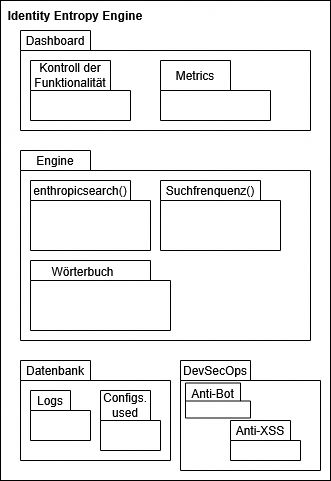
limemime/BHT_Softwaretechnik_SS26_JEstrada keeps this draw.io diagram as 05_UML/Packetdiagramm.png. Above is the earlier version. Source tidied: cells renumbered, new cells last; positions are measured from the earlier drawing's top-left corner, leaving out a move shared by most shapes.
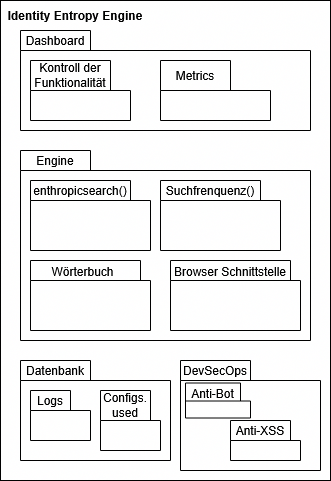
After the commit.

The edit, as a diff of the source:
```diff
@@ -44,8 +44,8 @@
     <mxCell id="15" value="Metrics" style="text;html=1;whiteSpace=wrap;strokeColor=none;fillColor=none;align=center;verticalAlign=middle;rounded=0;" parent="1" vertex="1">
       <mxGeometry x="160" y="60" width="70" height="30" as="geometry" />
     </mxCell>
-    <mxCell id="16" style="shape=folder;fontStyle=1;spacingTop=10;tabWidth=120;tabHeight=20;tabPosition=left;html=1;whiteSpace=wrap;" parent="1" vertex="1">
-      <mxGeometry x="30" y="260" width="140" height="70" as="geometry" />
+    <mxCell id="16" style="shape=folder;fontStyle=1;spacingTop=10;tabWidth=110;tabHeight=20;tabPosition=left;html=1;whiteSpace=wrap;" parent="1" vertex="1">
+      <mxGeometry x="30" y="260" width="120" height="70" as="geometry" />
     </mxCell>
     <mxCell id="17" value="enthropicsearch()" style="text;html=1;whiteSpace=wrap;strokeColor=none;fillColor=none;align=center;verticalAlign=middle;rounded=0;" parent="1" vertex="1">
       <mxGeometry x="35" y="180" width="90" height="20" as="geometry" />
@@ -86,5 +86,11 @@
     <mxCell id="29" value="Anti-XSS" style="text;html=1;whiteSpace=wrap;strokeColor=none;fillColor=none;align=center;verticalAlign=middle;rounded=0;" parent="1" vertex="1">
       <mxGeometry x="230" y="420" width="60" height="20" as="geometry" />
     </mxCell>
+    <mxCell id="30" style="shape=folder;fontStyle=1;spacingTop=10;tabWidth=120;tabHeight=20;tabPosition=left;html=1;whiteSpace=wrap;" parent="1" vertex="1">
+      <mxGeometry x="170" y="260" width="130" height="70" as="geometry" />
+    </mxCell>
+    <mxCell id="31" value="Browser Schnittstelle" style="text;html=1;whiteSpace=wrap;strokeColor=none;fillColor=none;align=center;verticalAlign=middle;rounded=0;" parent="1" vertex="1">
+      <mxGeometry x="170" y="270" width="120" as="geometry" />
+    </mxCell>
   </root>
 </mxGraphModel>
```
